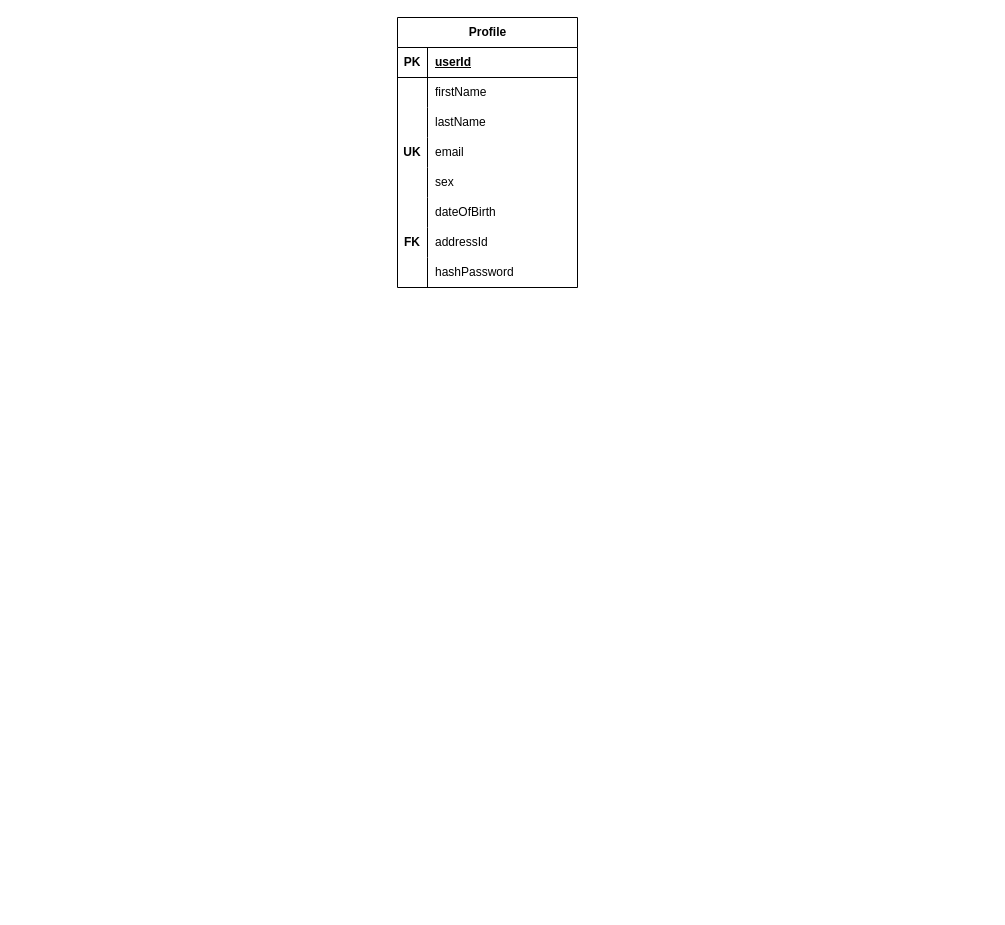
The draw.io diagram documentation/Relation models/drawio/socialnet_rm_profile_comments_version1.drawio in Josip1234/Social-net, before the edit. Source tidied: cells renumbered, new cells numbered last; positions are measured from the earlier drawing's top-left corner, leaving out a move shared by most shapes. Both pictures are drawn from the tidied source at 100%, with x=0, y=0 at pixel (397, 17).
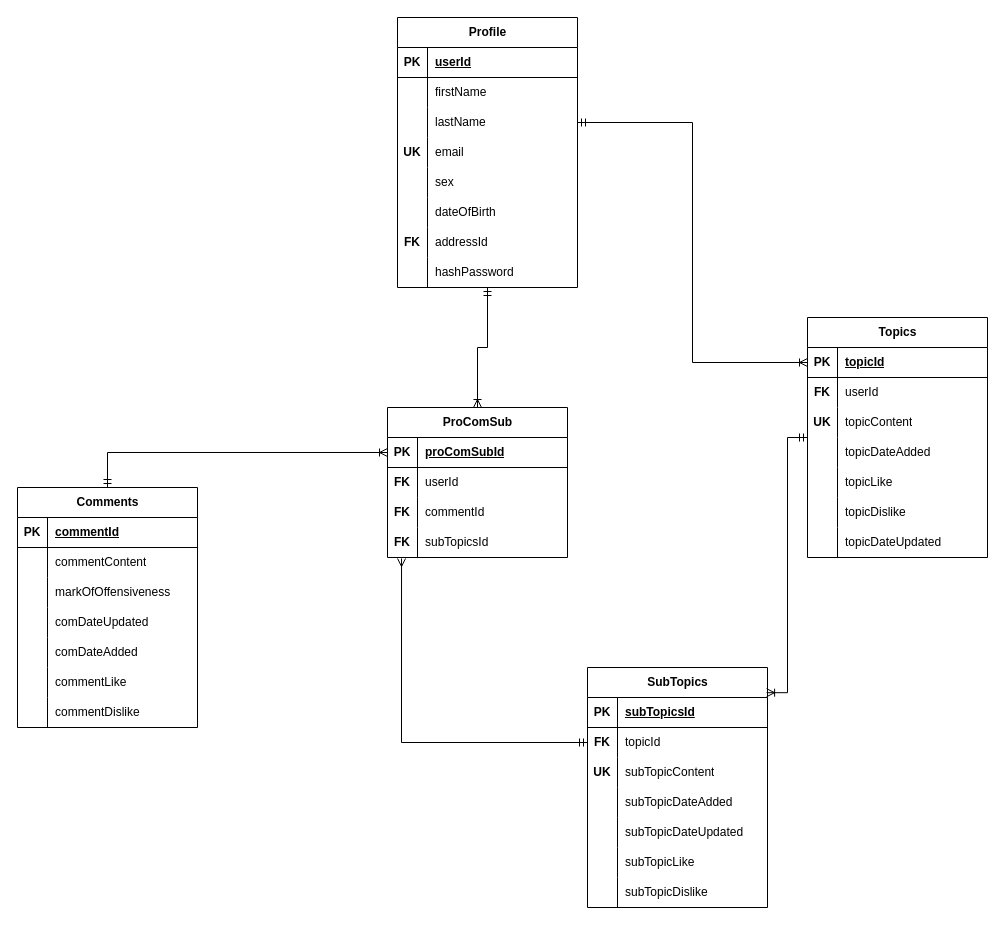
Above is the later version.

Commit message (it also covers changes not shown here):
Completed relation diagram for profile topic comments

The change refers to these unchanged cells:
```xml
<mxCell id="2" value="Profile" style="shape=table;startSize=30;childLayout=tableLayout;rowLines=0;fontStyle=1;align=center;html=1;" parent="1" vertex="1">
  <mxGeometry width="180" height="270" as="geometry" />
</mxCell>
<mxCell id="9" style="shape=tableRow;horizontal=0;startSize=0;swimlaneHead=0;swimlaneBody=0;fillColor=none;points=[[0,0.5],[1,0.5]];portConstraint=eastwest;top=0;left=0;right=0;bottom=0;" parent="2" vertex="1">
  <mxGeometry y="90" width="180" height="30" as="geometry" />
</mxCell>
```

The edit, as a diff of the source:
```diff
@@
+    <mxCell id="27" style="edgeStyle=orthogonalEdgeStyle;rounded=0;jettySize=auto;html=1;entryX=0.5;entryY=0;entryDx=0;entryDy=0;endArrow=ERoneToMany;endFill=0;startArrow=ERmandOne;startFill=0;" parent="1" edge="1" source="2" target="97">
+      <mxGeometry relative="1" as="geometry" />
+    </mxCell>
@@
+    <mxCell id="28" value="Topics" style="shape=table;startSize=30;childLayout=tableLayout;rowLines=0;fontStyle=1;align=center;html=1;" parent="1" vertex="1">
+      <mxGeometry x="410" y="300" width="180" height="240" as="geometry" />
+    </mxCell>
+    <mxCell id="29" style="shape=tableRow;horizontal=0;startSize=0;swimlaneHead=0;swimlaneBody=0;fillColor=none;points=[[0,0.5],[1,0.5]];portConstraint=eastwest;top=0;left=0;right=0;bottom=1;" parent="28" vertex="1">
+      <mxGeometry y="30" width="180" height="30" as="geometry" />
+    </mxCell>
+    <mxCell id="30" value="PK" style="shape=partialRectangle;fillColor=none;top=0;left=0;bottom=0;right=0;fontStyle=1;overflow=hidden;whiteSpace=wrap;html=1;" parent="29" vertex="1">
+      <mxGeometry width="30" height="30" as="geometry" />
+    </mxCell>
+    <mxCell id="31" value="topicId" style="shape=partialRectangle;fillColor=none;top=0;left=0;bottom=0;right=0;align=left;spacingLeft=6;fontStyle=5;overflow=hidden;whiteSpace=wrap;html=1;" parent="29" vertex="1">
+      <mxGeometry x="30" width="150" height="30" as="geometry" />
+    </mxCell>
+    <mxCell id="32" style="shape=tableRow;horizontal=0;startSize=0;swimlaneHead=0;swimlaneBody=0;fillColor=none;top=0;left=0;right=0;bottom=0;" parent="28" vertex="1">
+      <mxGeometry y="60" width="180" height="30" as="geometry" />
+    </mxCell>
+    <mxCell id="33" value="&lt;b&gt;FK&lt;/b&gt;" style="shape=partialRectangle;fillColor=none;top=0;left=0;bottom=0;right=0;overflow=hidden;whiteSpace=wrap;html=1;" parent="32" vertex="1">
+      <mxGeometry width="30" height="30" as="geometry" />
+    </mxCell>
+    <mxCell id="34" value="userId" style="shape=partialRectangle;fillColor=none;top=0;left=0;bottom=0;right=0;align=left;spacingLeft=6;overflow=hidden;whiteSpace=wrap;html=1;" parent="32" vertex="1">
+      <mxGeometry x="30" width="150" height="30" as="geometry" />
+    </mxCell>
+    <mxCell id="35" style="shape=tableRow;horizontal=0;startSize=0;swimlaneHead=0;swimlaneBody=0;fillColor=none;top=0;left=0;right=0;bottom=0;" parent="28" vertex="1">
+      <mxGeometry y="90" width="180" height="30" as="geometry" />
+    </mxCell>
+    <mxCell id="36" value="&lt;b&gt;UK&lt;/b&gt;" style="shape=partialRectangle;fillColor=none;top=0;left=0;bottom=0;right=0;overflow=hidden;whiteSpace=wrap;html=1;" parent="35" vertex="1">
+      <mxGeometry width="30" height="30" as="geometry" />
+    </mxCell>
+    <mxCell id="37" value="topicContent" style="shape=partialRectangle;fillColor=none;top=0;left=0;bottom=0;right=0;align=left;spacingLeft=6;overflow=hidden;whiteSpace=wrap;html=1;" parent="35" vertex="1">
+      <mxGeometry x="30" width="150" height="30" as="geometry" />
+    </mxCell>
+    <mxCell id="38" style="shape=tableRow;horizontal=0;startSize=0;swimlaneHead=0;swimlaneBody=0;fillColor=none;top=0;left=0;right=0;bottom=0;" parent="28" vertex="1">
+      <mxGeometry y="120" width="180" height="30" as="geometry" />
+    </mxCell>
+    <mxCell id="39" style="shape=partialRectangle;fillColor=none;top=0;left=0;bottom=0;right=0;overflow=hidden;whiteSpace=wrap;html=1;" parent="38" vertex="1">
+      <mxGeometry width="30" height="30" as="geometry" />
+    </mxCell>
+    <mxCell id="40" value="topicDateAdded" style="shape=partialRectangle;fillColor=none;top=0;left=0;bottom=0;right=0;align=left;spacingLeft=6;overflow=hidden;whiteSpace=wrap;html=1;" parent="38" vertex="1">
+      <mxGeometry x="30" width="150" height="30" as="geometry" />
+    </mxCell>
+    <mxCell id="41" style="shape=tableRow;horizontal=0;startSize=0;swimlaneHead=0;swimlaneBody=0;fillColor=none;top=0;left=0;right=0;bottom=0;" parent="28" vertex="1">
+      <mxGeometry y="150" width="180" height="30" as="geometry" />
+    </mxCell>
+    <mxCell id="42" style="shape=partialRectangle;fillColor=none;top=0;left=0;bottom=0;right=0;overflow=hidden;whiteSpace=wrap;html=1;" parent="41" vertex="1">
+      <mxGeometry width="30" height="30" as="geometry" />
+    </mxCell>
+    <mxCell id="43" value="topicLike" style="shape=partialRectangle;fillColor=none;top=0;left=0;bottom=0;right=0;align=left;spacingLeft=6;overflow=hidden;whiteSpace=wrap;html=1;" parent="41" vertex="1">
+      <mxGeometry x="30" width="150" height="30" as="geometry" />
+    </mxCell>
+    <mxCell id="44" style="shape=tableRow;horizontal=0;startSize=0;swimlaneHead=0;swimlaneBody=0;fillColor=none;top=0;left=0;right=0;bottom=0;" parent="28" vertex="1">
+      <mxGeometry y="180" width="180" height="30" as="geometry" />
+    </mxCell>
+    <mxCell id="45" style="shape=partialRectangle;fillColor=none;top=0;left=0;bottom=0;right=0;overflow=hidden;whiteSpace=wrap;html=1;" parent="44" vertex="1">
+      <mxGeometry width="30" height="30" as="geometry" />
+    </mxCell>
+    <mxCell id="46" value="topicDislike" style="shape=partialRectangle;fillColor=none;top=0;left=0;bottom=0;right=0;align=left;spacingLeft=6;overflow=hidden;whiteSpace=wrap;html=1;" parent="44" vertex="1">
+      <mxGeometry x="30" width="150" height="30" as="geometry" />
+    </mxCell>
+    <mxCell id="47" style="shape=tableRow;horizontal=0;startSize=0;swimlaneHead=0;swimlaneBody=0;fillColor=none;top=0;left=0;right=0;bottom=0;" parent="28" vertex="1">
+      <mxGeometry y="210" width="180" height="30" as="geometry" />
+    </mxCell>
+    <mxCell id="48" style="shape=partialRectangle;fillColor=none;top=0;left=0;bottom=0;right=0;overflow=hidden;whiteSpace=wrap;html=1;" parent="47" vertex="1">
+      <mxGeometry width="30" height="30" as="geometry" />
+    </mxCell>
+    <mxCell id="49" value="topicDateUpdated" style="shape=partialRectangle;fillColor=none;top=0;left=0;bottom=0;right=0;align=left;spacingLeft=6;overflow=hidden;whiteSpace=wrap;html=1;" parent="47" vertex="1">
+      <mxGeometry x="30" width="150" height="30" as="geometry" />
+    </mxCell>
+    <mxCell id="50" style="edgeStyle=orthogonalEdgeStyle;rounded=0;jettySize=auto;html=1;entryX=0;entryY=0.5;entryDx=0;entryDy=0;endArrow=ERoneToMany;endFill=0;startArrow=ERmandOne;startFill=0;" parent="1" edge="1" source="9" target="29">
+      <mxGeometry relative="1" as="geometry" />
+    </mxCell>
+    <mxCell id="51" value="SubTopics" style="shape=table;startSize=30;childLayout=tableLayout;rowLines=0;fontStyle=1;align=center;html=1;" parent="1" vertex="1">
+      <mxGeometry x="190" y="650" width="180" height="240" as="geometry" />
+    </mxCell>
+    <mxCell id="52" style="shape=tableRow;horizontal=0;startSize=0;swimlaneHead=0;swimlaneBody=0;fillColor=none;top=0;left=0;right=0;bottom=1;" parent="51" vertex="1">
+      <mxGeometry y="30" width="180" height="30" as="geometry" />
+    </mxCell>
+    <mxCell id="53" value="PK" style="shape=partialRectangle;fillColor=none;top=0;left=0;bottom=0;right=0;fontStyle=1;overflow=hidden;whiteSpace=wrap;html=1;" parent="52" vertex="1">
+      <mxGeometry width="30" height="30" as="geometry" />
+    </mxCell>
+    <mxCell id="54" value="subTopicsId" style="shape=partialRectangle;fillColor=none;top=0;left=0;bottom=0;right=0;align=left;spacingLeft=6;fontStyle=5;overflow=hidden;whiteSpace=wrap;html=1;" parent="52" vertex="1">
+      <mxGeometry x="30" width="150" height="30" as="geometry" />
+    </mxCell>
+    <mxCell id="55" style="shape=tableRow;horizontal=0;startSize=0;swimlaneHead=0;swimlaneBody=0;fillColor=none;points=[[0,0.5],[1,0.5]];portConstraint=eastwest;top=0;left=0;right=0;bottom=0;" parent="51" vertex="1">
+      <mxGeometry y="60" width="180" height="30" as="geometry" />
+    </mxCell>
+    <mxCell id="56" value="&lt;b&gt;FK&lt;/b&gt;" style="shape=partialRectangle;fillColor=none;top=0;left=0;bottom=0;right=0;overflow=hidden;whiteSpace=wrap;html=1;" parent="55" vertex="1">
+      <mxGeometry width="30" height="30" as="geometry" />
+    </mxCell>
+    <mxCell id="57" value="topicId" style="shape=partialRectangle;fillColor=none;top=0;left=0;bottom=0;right=0;align=left;spacingLeft=6;overflow=hidden;whiteSpace=wrap;html=1;" parent="55" vertex="1">
+      <mxGeometry x="30" width="150" height="30" as="geometry" />
+    </mxCell>
+    <mxCell id="58" style="shape=tableRow;horizontal=0;startSize=0;swimlaneHead=0;swimlaneBody=0;fillColor=none;top=0;left=0;right=0;bottom=0;" parent="51" vertex="1">
+      <mxGeometry y="90" width="180" height="30" as="geometry" />
+    </mxCell>
+    <mxCell id="59" value="&lt;b&gt;UK&lt;/b&gt;" style="shape=partialRectangle;fillColor=none;top=0;left=0;bottom=0;right=0;overflow=hidden;whiteSpace=wrap;html=1;" parent="58" vertex="1">
+      <mxGeometry width="30" height="30" as="geometry" />
+    </mxCell>
+    <mxCell id="60" value="subTopicContent" style="shape=partialRectangle;fillColor=none;top=0;left=0;bottom=0;right=0;align=left;spacingLeft=6;overflow=hidden;whiteSpace=wrap;html=1;" parent="58" vertex="1">
+      <mxGeometry x="30" width="150" height="30" as="geometry" />
+    </mxCell>
+    <mxCell id="61" style="shape=tableRow;horizontal=0;startSize=0;swimlaneHead=0;swimlaneBody=0;fillColor=none;top=0;left=0;right=0;bottom=0;" parent="51" vertex="1">
+      <mxGeometry y="120" width="180" height="30" as="geometry" />
+    </mxCell>
+    <mxCell id="62" style="shape=partialRectangle;fillColor=none;top=0;left=0;bottom=0;right=0;overflow=hidden;whiteSpace=wrap;html=1;" parent="61" vertex="1">
+      <mxGeometry width="30" height="30" as="geometry" />
+    </mxCell>
+    <mxCell id="63" value="subTopicDateAdded" style="shape=partialRectangle;fillColor=none;top=0;left=0;bottom=0;right=0;align=left;spacingLeft=6;overflow=hidden;whiteSpace=wrap;html=1;" parent="61" vertex="1">
+      <mxGeometry x="30" width="150" height="30" as="geometry" />
+    </mxCell>
+    <mxCell id="64" style="shape=tableRow;horizontal=0;startSize=0;swimlaneHead=0;swimlaneBody=0;fillColor=none;top=0;left=0;right=0;bottom=0;" parent="51" vertex="1">
+      <mxGeometry y="150" width="180" height="30" as="geometry" />
+    </mxCell>
+    <mxCell id="65" style="shape=partialRectangle;fillColor=none;top=0;left=0;bottom=0;right=0;overflow=hidden;whiteSpace=wrap;html=1;" parent="64" vertex="1">
+      <mxGeometry width="30" height="30" as="geometry" />
+    </mxCell>
+    <mxCell id="66" value="subTopicDateUpdated" style="shape=partialRectangle;fillColor=none;top=0;left=0;bottom=0;right=0;align=left;spacingLeft=6;overflow=hidden;whiteSpace=wrap;html=1;" parent="64" vertex="1">
+      <mxGeometry x="30" width="150" height="30" as="geometry" />
+    </mxCell>
+    <mxCell id="67" style="shape=tableRow;horizontal=0;startSize=0;swimlaneHead=0;swimlaneBody=0;fillColor=none;top=0;left=0;right=0;bottom=0;" parent="51" vertex="1">
+      <mxGeometry y="180" width="180" height="30" as="geometry" />
+    </mxCell>
+    <mxCell id="68" style="shape=partialRectangle;fillColor=none;top=0;left=0;bottom=0;right=0;overflow=hidden;whiteSpace=wrap;html=1;" parent="67" vertex="1">
+      <mxGeometry width="30" height="30" as="geometry" />
+    </mxCell>
+    <mxCell id="69" value="subTopicLike" style="shape=partialRectangle;fillColor=none;top=0;left=0;bottom=0;right=0;align=left;spacingLeft=6;overflow=hidden;whiteSpace=wrap;html=1;" parent="67" vertex="1">
+      <mxGeometry x="30" width="150" height="30" as="geometry" />
+    </mxCell>
+    <mxCell id="70" style="shape=tableRow;horizontal=0;startSize=0;swimlaneHead=0;swimlaneBody=0;fillColor=none;top=0;left=0;right=0;bottom=0;" parent="51" vertex="1">
+      <mxGeometry y="210" width="180" height="30" as="geometry" />
+    </mxCell>
+    <mxCell id="71" style="shape=partialRectangle;fillColor=none;top=0;left=0;bottom=0;right=0;overflow=hidden;whiteSpace=wrap;html=1;" parent="70" vertex="1">
+      <mxGeometry width="30" height="30" as="geometry" />
+    </mxCell>
+    <mxCell id="72" value="subTopicDislike" style="shape=partialRectangle;fillColor=none;top=0;left=0;bottom=0;right=0;align=left;spacingLeft=6;overflow=hidden;whiteSpace=wrap;html=1;" parent="70" vertex="1">
+      <mxGeometry x="30" width="150" height="30" as="geometry" />
+    </mxCell>
+    <mxCell id="73" style="edgeStyle=orthogonalEdgeStyle;rounded=0;jettySize=auto;html=1;entryX=0.995;entryY=0.105;entryDx=0;entryDy=0;entryPerimeter=0;startArrow=ERmandOne;startFill=0;endArrow=ERoneToMany;endFill=0;" parent="1" edge="1" source="28" target="51">
+      <mxGeometry relative="1" as="geometry" />
+    </mxCell>
+    <mxCell id="74" style="edgeStyle=orthogonalEdgeStyle;rounded=0;jettySize=auto;html=1;entryX=0;entryY=0.5;entryDx=0;entryDy=0;startArrow=ERmandOne;startFill=0;endArrow=ERoneToMany;endFill=0;" parent="1" edge="1" source="75" target="98">
+      <mxGeometry relative="1" as="geometry" />
+    </mxCell>
+    <mxCell id="75" value="Comments" style="shape=table;startSize=30;childLayout=tableLayout;rowLines=0;fontStyle=1;align=center;html=1;" parent="1" vertex="1">
+      <mxGeometry x="-380" y="470" width="180" height="240" as="geometry" />
+    </mxCell>
+    <mxCell id="76" style="shape=tableRow;horizontal=0;startSize=0;swimlaneHead=0;swimlaneBody=0;fillColor=none;top=0;left=0;right=0;bottom=1;" parent="75" vertex="1">
+      <mxGeometry y="30" width="180" height="30" as="geometry" />
+    </mxCell>
+    <mxCell id="77" value="PK" style="shape=partialRectangle;fillColor=none;top=0;left=0;bottom=0;right=0;fontStyle=1;overflow=hidden;whiteSpace=wrap;html=1;" parent="76" vertex="1">
+      <mxGeometry width="30" height="30" as="geometry" />
+    </mxCell>
+    <mxCell id="78" value="commentId" style="shape=partialRectangle;fillColor=none;top=0;left=0;bottom=0;right=0;align=left;spacingLeft=6;fontStyle=5;overflow=hidden;whiteSpace=wrap;html=1;" parent="76" vertex="1">
+      <mxGeometry x="30" width="150" height="30" as="geometry" />
+    </mxCell>
+    <mxCell id="79" style="shape=tableRow;horizontal=0;startSize=0;swimlaneHead=0;swimlaneBody=0;fillColor=none;top=0;left=0;right=0;bottom=0;" parent="75" vertex="1">
+      <mxGeometry y="60" width="180" height="30" as="geometry" />
+    </mxCell>
+    <mxCell id="80" style="shape=partialRectangle;fillColor=none;top=0;left=0;bottom=0;right=0;overflow=hidden;whiteSpace=wrap;html=1;" parent="79" vertex="1">
+      <mxGeometry width="30" height="30" as="geometry" />
+    </mxCell>
+    <mxCell id="81" value="commentContent" style="shape=partialRectangle;fillColor=none;top=0;left=0;bottom=0;right=0;align=left;spacingLeft=6;overflow=hidden;whiteSpace=wrap;html=1;" parent="79" vertex="1">
+      <mxGeometry x="30" width="150" height="30" as="geometry" />
+    </mxCell>
+    <mxCell id="82" style="shape=tableRow;horizontal=0;startSize=0;swimlaneHead=0;swimlaneBody=0;fillColor=none;top=0;left=0;right=0;bottom=0;" parent="75" vertex="1">
+      <mxGeometry y="90" width="180" height="30" as="geometry" />
+    </mxCell>
+    <mxCell id="83" style="shape=partialRectangle;fillColor=none;top=0;left=0;bottom=0;right=0;overflow=hidden;whiteSpace=wrap;html=1;" parent="82" vertex="1">
+      <mxGeometry width="30" height="30" as="geometry" />
+    </mxCell>
+    <mxCell id="84" value="markOfOffensiveness" style="shape=partialRectangle;fillColor=none;top=0;left=0;bottom=0;right=0;align=left;spacingLeft=6;overflow=hidden;whiteSpace=wrap;html=1;" parent="82" vertex="1">
+      <mxGeometry x="30" width="150" height="30" as="geometry" />
+    </mxCell>
+    <mxCell id="85" style="shape=tableRow;horizontal=0;startSize=0;swimlaneHead=0;swimlaneBody=0;fillColor=none;top=0;left=0;right=0;bottom=0;" parent="75" vertex="1">
+      <mxGeometry y="120" width="180" height="30" as="geometry" />
+    </mxCell>
+    <mxCell id="86" style="shape=partialRectangle;fillColor=none;top=0;left=0;bottom=0;right=0;overflow=hidden;whiteSpace=wrap;html=1;" parent="85" vertex="1">
+      <mxGeometry width="30" height="30" as="geometry" />
+    </mxCell>
+    <mxCell id="87" value="comDateUpdated" style="shape=partialRectangle;fillColor=none;top=0;left=0;bottom=0;right=0;align=left;spacingLeft=6;overflow=hidden;whiteSpace=wrap;html=1;" parent="85" vertex="1">
+      <mxGeometry x="30" width="150" height="30" as="geometry" />
+    </mxCell>
+    <mxCell id="88" style="shape=tableRow;horizontal=0;startSize=0;swimlaneHead=0;swimlaneBody=0;fillColor=none;top=0;left=0;right=0;bottom=0;" parent="75" vertex="1">
+      <mxGeometry y="150" width="180" height="30" as="geometry" />
+    </mxCell>
+    <mxCell id="89" style="shape=partialRectangle;fillColor=none;top=0;left=0;bottom=0;right=0;overflow=hidden;whiteSpace=wrap;html=1;" parent="88" vertex="1">
+      <mxGeometry width="30" height="30" as="geometry" />
+    </mxCell>
+    <mxCell id="90" value="comDateAdded" style="shape=partialRectangle;fillColor=none;top=0;left=0;bottom=0;right=0;align=left;spacingLeft=6;overflow=hidden;whiteSpace=wrap;html=1;" parent="88" vertex="1">
+      <mxGeometry x="30" width="150" height="30" as="geometry" />
+    </mxCell>
+    <mxCell id="91" style="shape=tableRow;horizontal=0;startSize=0;swimlaneHead=0;swimlaneBody=0;fillColor=none;top=0;left=0;right=0;bottom=0;" parent="75" vertex="1">
+      <mxGeometry y="180" width="180" height="30" as="geometry" />
+    </mxCell>
+    <mxCell id="92" style="shape=partialRectangle;fillColor=none;top=0;left=0;bottom=0;right=0;overflow=hidden;whiteSpace=wrap;html=1;" parent="91" vertex="1">
+      <mxGeometry width="30" height="30" as="geometry" />
+    </mxCell>
+    <mxCell id="93" value="commentLike" style="shape=partialRectangle;fillColor=none;top=0;left=0;bottom=0;right=0;align=left;spacingLeft=6;overflow=hidden;whiteSpace=wrap;html=1;" parent="91" vertex="1">
+      <mxGeometry x="30" width="150" height="30" as="geometry" />
+    </mxCell>
+    <mxCell id="94" style="shape=tableRow;horizontal=0;startSize=0;swimlaneHead=0;swimlaneBody=0;fillColor=none;top=0;left=0;right=0;bottom=0;" parent="75" vertex="1">
+      <mxGeometry y="210" width="180" height="30" as="geometry" />
+    </mxCell>
+    <mxCell id="95" style="shape=partialRectangle;fillColor=none;top=0;left=0;bottom=0;right=0;overflow=hidden;whiteSpace=wrap;html=1;" parent="94" vertex="1">
+      <mxGeometry width="30" height="30" as="geometry" />
+    </mxCell>
+    <mxCell id="96" value="commentDislike" style="shape=partialRectangle;fillColor=none;top=0;left=0;bottom=0;right=0;align=left;spacingLeft=6;overflow=hidden;whiteSpace=wrap;html=1;" parent="94" vertex="1">
+      <mxGeometry x="30" width="150" height="30" as="geometry" />
+    </mxCell>
+    <mxCell id="97" value="ProComSub" style="shape=table;startSize=30;childLayout=tableLayout;rowLines=0;fontStyle=1;align=center;html=1;" parent="1" vertex="1">
+      <mxGeometry x="-10" y="390" width="180" height="150" as="geometry" />
+    </mxCell>
+    <mxCell id="98" style="shape=tableRow;horizontal=0;startSize=0;swimlaneHead=0;swimlaneBody=0;fillColor=none;points=[[0,0.5],[1,0.5]];portConstraint=eastwest;top=0;left=0;right=0;bottom=1;" parent="97" vertex="1">
+      <mxGeometry y="30" width="180" height="30" as="geometry" />
+    </mxCell>
+    <mxCell id="99" value="PK" style="shape=partialRectangle;fillColor=none;top=0;left=0;bottom=0;right=0;fontStyle=1;overflow=hidden;whiteSpace=wrap;html=1;" parent="98" vertex="1">
+      <mxGeometry width="30" height="30" as="geometry" />
+    </mxCell>
+    <mxCell id="100" value="proComSubId" style="shape=partialRectangle;fillColor=none;top=0;left=0;bottom=0;right=0;align=left;spacingLeft=6;fontStyle=5;overflow=hidden;whiteSpace=wrap;html=1;" parent="98" vertex="1">
+      <mxGeometry x="30" width="150" height="30" as="geometry" />
+    </mxCell>
+    <mxCell id="101" style="shape=tableRow;horizontal=0;startSize=0;swimlaneHead=0;swimlaneBody=0;fillColor=none;top=0;left=0;right=0;bottom=0;" parent="97" vertex="1">
+      <mxGeometry y="60" width="180" height="30" as="geometry" />
+    </mxCell>
+    <mxCell id="102" value="&lt;b&gt;FK&lt;/b&gt;" style="shape=partialRectangle;fillColor=none;top=0;left=0;bottom=0;right=0;overflow=hidden;whiteSpace=wrap;html=1;" parent="101" vertex="1">
+      <mxGeometry width="30" height="30" as="geometry" />
+    </mxCell>
+    <mxCell id="103" value="userId" style="shape=partialRectangle;fillColor=none;top=0;left=0;bottom=0;right=0;align=left;spacingLeft=6;overflow=hidden;whiteSpace=wrap;html=1;" parent="101" vertex="1">
+      <mxGeometry x="30" width="150" height="30" as="geometry" />
+    </mxCell>
+    <mxCell id="104" style="shape=tableRow;horizontal=0;startSize=0;swimlaneHead=0;swimlaneBody=0;fillColor=none;top=0;left=0;right=0;bottom=0;" parent="97" vertex="1">
+      <mxGeometry y="90" width="180" height="30" as="geometry" />
+    </mxCell>
+    <mxCell id="105" value="&lt;b&gt;FK&lt;/b&gt;" style="shape=partialRectangle;fillColor=none;top=0;left=0;bottom=0;right=0;overflow=hidden;whiteSpace=wrap;html=1;" parent="104" vertex="1">
+      <mxGeometry width="30" height="30" as="geometry" />
+    </mxCell>
+    <mxCell id="106" value="commentId" style="shape=partialRectangle;fillColor=none;top=0;left=0;bottom=0;right=0;align=left;spacingLeft=6;overflow=hidden;whiteSpace=wrap;html=1;" parent="104" vertex="1">
+      <mxGeometry x="30" width="150" height="30" as="geometry" />
+    </mxCell>
+    <mxCell id="107" style="shape=tableRow;horizontal=0;startSize=0;swimlaneHead=0;swimlaneBody=0;fillColor=none;points=[[0,0.5],[1,0.5]];portConstraint=eastwest;top=0;left=0;right=0;bottom=0;" parent="97" vertex="1">
+      <mxGeometry y="120" width="180" height="30" as="geometry" />
+    </mxCell>
+    <mxCell id="108" value="&lt;b&gt;FK&lt;/b&gt;" style="shape=partialRectangle;fillColor=none;top=0;left=0;bottom=0;right=0;overflow=hidden;whiteSpace=wrap;html=1;" parent="107" vertex="1">
+      <mxGeometry width="30" height="30" as="geometry" />
+    </mxCell>
+    <mxCell id="109" value="subTopicsId" style="shape=partialRectangle;fillColor=none;top=0;left=0;bottom=0;right=0;align=left;spacingLeft=6;overflow=hidden;whiteSpace=wrap;html=1;" parent="107" vertex="1">
+      <mxGeometry x="30" width="150" height="30" as="geometry" />
+    </mxCell>
+    <mxCell id="110" style="edgeStyle=orthogonalEdgeStyle;rounded=0;jettySize=auto;html=1;entryX=0.078;entryY=1.033;entryDx=0;entryDy=0;entryPerimeter=0;startArrow=ERmandOne;startFill=0;endArrow=ERmany;endFill=0;" parent="1" edge="1" source="55" target="107">
+      <mxGeometry relative="1" as="geometry" />
+    </mxCell>
```
